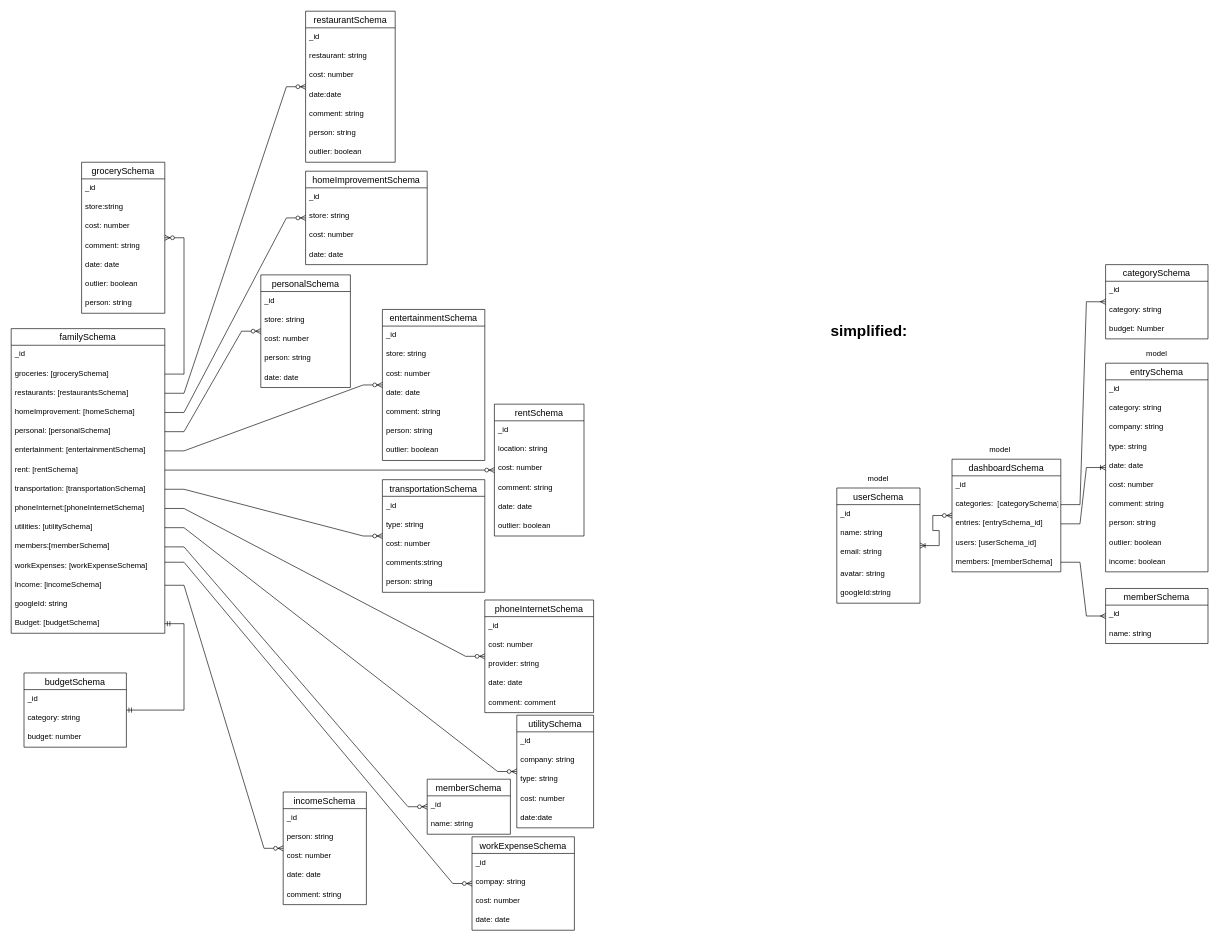
Above: personalfinance.drawio in vanessaycui/budget-app (draw.io), before the change. Source tidied: cells renumbered, new cells numbered last; positions are measured from the earlier drawing's top-left corner, leaving out a move shared by most shapes. Both pictures are drawn from the tidied source at 64%, with x=0, y=0 at pixel (11, 11).
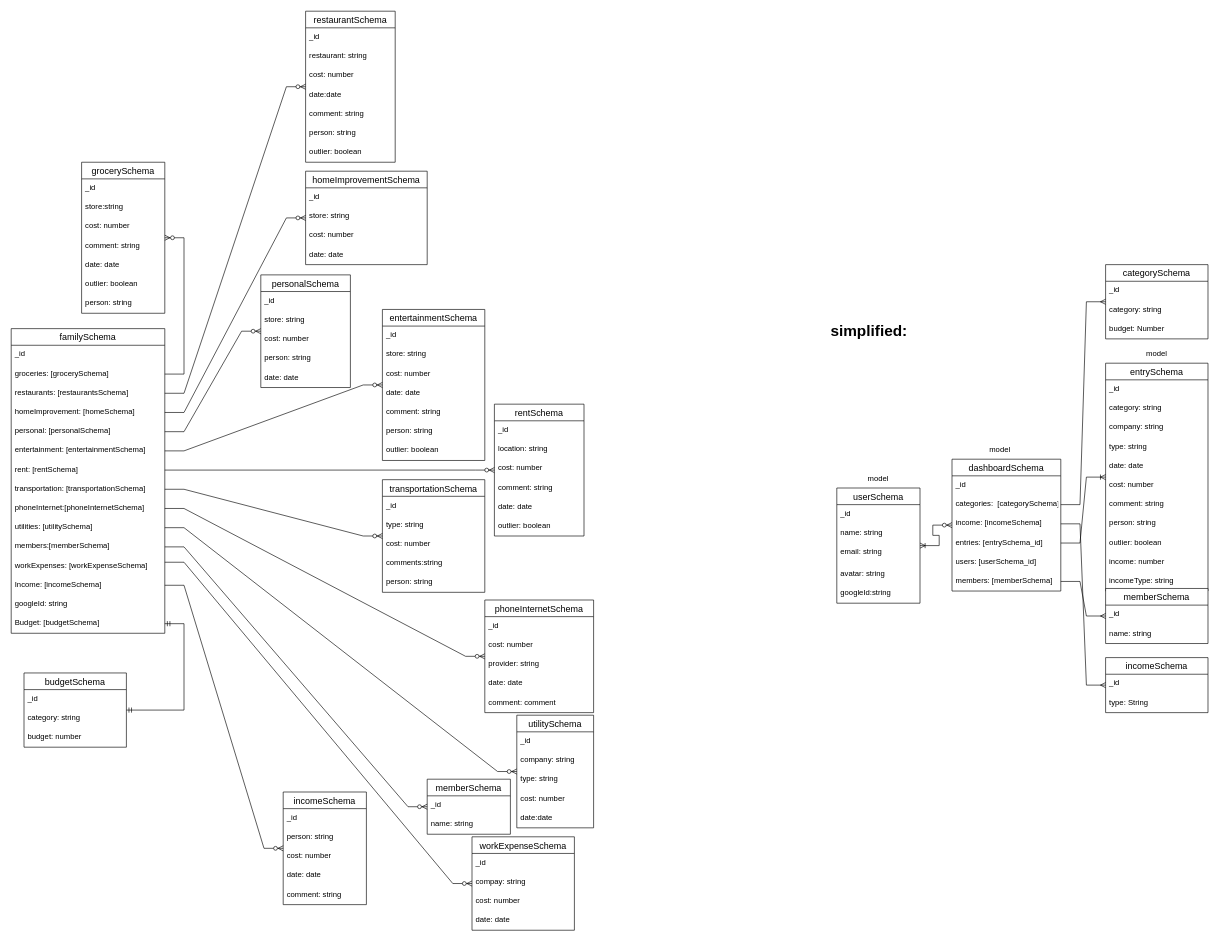
The same page after the edit.

Change to the diagram source:
```diff
@@
     <mxCell id="109" value="entrySchema" style="swimlane;fontStyle=0;horizontal=1;startSize=26;align=center;fontSize=14;" parent="1" vertex="1">
-      <mxGeometry x="1710" y="550" width="160" height="326" as="geometry" />
+      <mxGeometry x="1710" y="550" width="160" height="356" as="geometry" />
     </mxCell>
@@
-    <mxCell id="119" value="income: boolean" style="text;strokeColor=none;fillColor=none;spacingLeft=4;spacingRight=4;overflow=hidden;fontSize=12;" parent="109" vertex="1">
+    <mxCell id="119" value="income: number" style="text;strokeColor=none;fillColor=none;spacingLeft=4;spacingRight=4;overflow=hidden;fontSize=12;" parent="109" vertex="1">
       <mxGeometry y="296" width="160" height="30" as="geometry" />
     </mxCell>
+    <mxCell id="147" value="incomeType: string" style="text;strokeColor=none;fillColor=none;spacingLeft=4;spacingRight=4;overflow=hidden;fontSize=12;" parent="109" vertex="1">
+      <mxGeometry y="326" width="160" height="30" as="geometry" />
+    </mxCell>
     <mxCell id="120" value="dashboardSchema" style="swimlane;fontStyle=0;horizontal=1;startSize=26;align=center;fontSize=14;" parent="1" vertex="1">
-      <mxGeometry x="1470" y="700" width="170" height="176" as="geometry" />
+      <mxGeometry x="1470" y="700" width="170" height="206" as="geometry" />
     </mxCell>
@@
+    <mxCell id="148" value="income: [incomeSchema]" style="text;strokeColor=none;fillColor=none;spacingLeft=4;spacingRight=4;overflow=hidden;points=[[0,0.5],[1,0.5]];portConstraint=eastwest;fontSize=12;" parent="120" vertex="1">
+      <mxGeometry y="86" width="170" height="30" as="geometry" />
+    </mxCell>
     <mxCell id="123" value="entries: [entrySchema_id]" style="text;strokeColor=none;fillColor=none;spacingLeft=4;spacingRight=4;overflow=hidden;points=[[0,0.5],[1,0.5]];portConstraint=eastwest;fontSize=12;" parent="120" vertex="1">
-      <mxGeometry y="86" width="170" height="30" as="geometry" />
+      <mxGeometry y="116" width="170" height="30" as="geometry" />
     </mxCell>
     <mxCell id="124" value="users: [userSchema_id]" style="text;strokeColor=none;fillColor=none;spacingLeft=4;spacingRight=4;overflow=hidden;fontSize=12;" parent="120" vertex="1">
-      <mxGeometry y="116" width="170" height="30" as="geometry" />
+      <mxGeometry y="146" width="170" height="30" as="geometry" />
     </mxCell>
     <mxCell id="125" value="members: [memberSchema]" style="text;strokeColor=none;fillColor=none;spacingLeft=4;spacingRight=4;overflow=hidden;points=[[0,0.5],[1,0.5]];portConstraint=eastwest;fontSize=12;" parent="120" vertex="1">
-      <mxGeometry y="146" width="170" height="30" as="geometry" />
+      <mxGeometry y="176" width="170" height="30" as="geometry" />
     </mxCell>
@@
+    <mxCell id="149" value="incomeSchema" style="swimlane;fontStyle=0;horizontal=1;startSize=26;align=center;fontSize=14;" parent="1" vertex="1">
+      <mxGeometry x="1710" y="1010" width="160" height="86" as="geometry" />
+    </mxCell>
+    <mxCell id="150" value="_id" style="text;strokeColor=none;fillColor=none;spacingLeft=4;spacingRight=4;overflow=hidden;fontSize=12;" parent="149" vertex="1">
+      <mxGeometry y="26" width="160" height="30" as="geometry" />
+    </mxCell>
+    <mxCell id="151" value="type: String" style="text;strokeColor=none;fillColor=none;spacingLeft=4;spacingRight=4;overflow=hidden;fontSize=12;" parent="149" vertex="1">
+      <mxGeometry y="56" width="160" height="30" as="geometry" />
+    </mxCell>
+    <mxCell id="152" style="edgeStyle=entityRelationEdgeStyle;fontSize=12;html=1;endArrow=ERmany;rounded=0;exitX=1;exitY=0.5;exitDx=0;exitDy=0;" parent="1" edge="1" source="148" target="149">
+      <mxGeometry relative="1" as="geometry" />
+    </mxCell>
```
